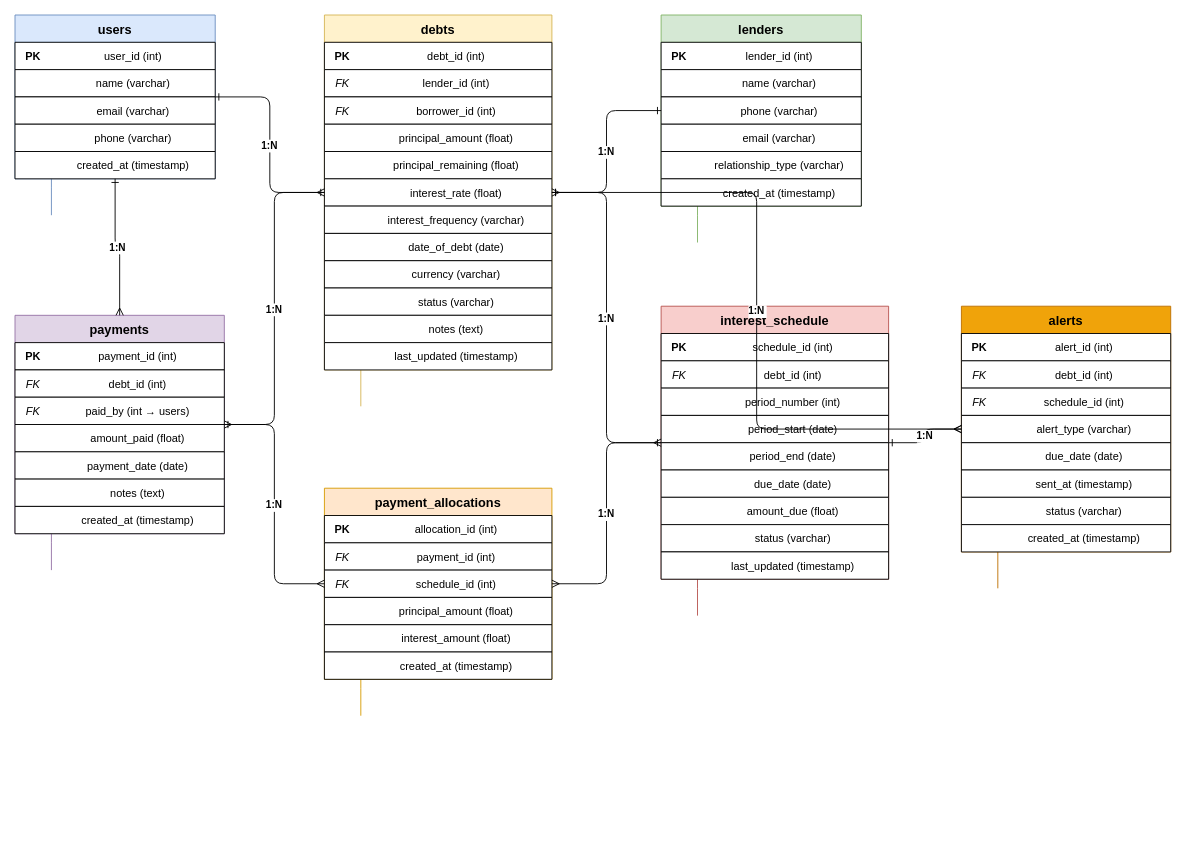
The draw.io diagram page "Page-1" (2 of 2) of ERD/debt_tracker_erd.drawio in swathikonduru27/Debt_project, before the edit. Source tidied: cells renumbered, new cells numbered last; positions are measured from the earlier drawing's top-left corner, leaving out a move shared by most shapes. Both pictures are drawn from the tidied source at 91%, with x=0, y=0 at pixel (15, 15).
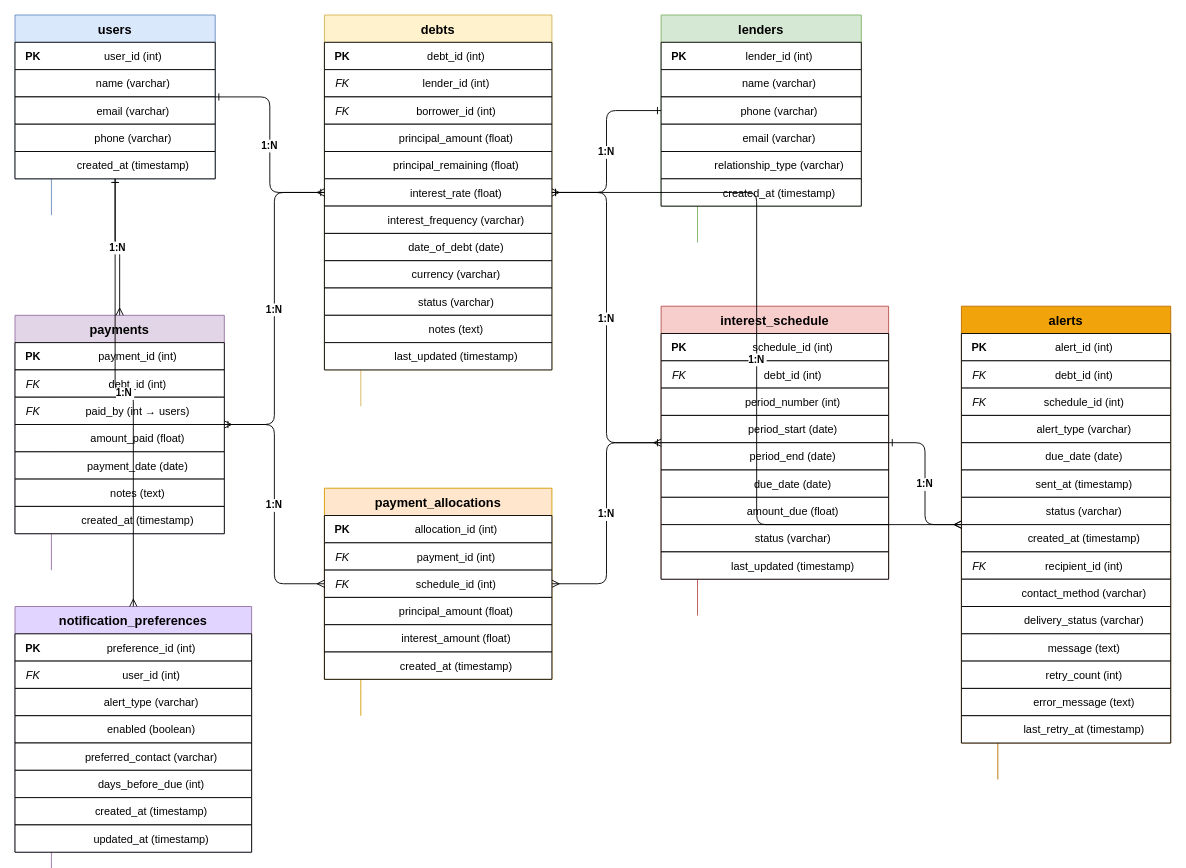
The same page after the edit.

The change refers to these unchanged cells:
```xml
<mxCell id="2" value="users" style="shape=table;startSize=30;childLayout=tableLayout;rowLines=0;fontStyle=1;align=center;fontSize=14;fillColor=#dae8fc;strokeColor=#6c8ebf;" parent="1" vertex="1">
  <mxGeometry width="220" height="180" as="geometry" />
</mxCell>
```

Diff of the diagram source:
```diff
@@
     <mxCell id="143" value="alerts" style="shape=table;startSize=30;childLayout=tableLayout;rowLines=0;fontStyle=1;align=center;fontSize=14;fillColor=#f0a30a;strokeColor=#BD7000;" parent="1" vertex="1">
-      <mxGeometry x="1040" y="320" width="230" height="270" as="geometry" />
+      <mxGeometry x="1040" y="320" width="230" height="480" as="geometry" />
     </mxCell>
@@
+    <mxCell id="177" style="shape=tableRow;top=0;left=0;right=0;bottom=0;" parent="143" vertex="1">
+      <mxGeometry y="270" width="230" height="30" as="geometry" />
+    </mxCell>
+    <mxCell id="178" value="FK" style="shape=partialRectangle;fillColor=none;top=0;left=0;bottom=0;right=0;fontStyle=2;overflow=hidden;" parent="177" vertex="1">
+      <mxGeometry width="40" height="30" as="geometry" />
+    </mxCell>
+    <mxCell id="179" value="recipient_id (int)" style="shape=partialRectangle;fillColor=none;top=0;left=0;bottom=0;right=0;overflow=hidden;" parent="177" vertex="1">
+      <mxGeometry x="40" width="190" height="30" as="geometry" />
+    </mxCell>
+    <mxCell id="180" style="shape=tableRow;top=0;left=0;right=0;bottom=0;" parent="143" vertex="1">
+      <mxGeometry y="300" width="230" height="30" as="geometry" />
+    </mxCell>
+    <mxCell id="181" style="shape=partialRectangle;fillColor=none;top=0;left=0;bottom=0;right=0;overflow=hidden;" parent="180" vertex="1">
+      <mxGeometry width="40" height="30" as="geometry" />
+    </mxCell>
+    <mxCell id="182" value="contact_method (varchar)" style="shape=partialRectangle;fillColor=none;top=0;left=0;bottom=0;right=0;overflow=hidden;" parent="180" vertex="1">
+      <mxGeometry x="40" width="190" height="30" as="geometry" />
+    </mxCell>
+    <mxCell id="183" style="shape=tableRow;top=0;left=0;right=0;bottom=0;" parent="143" vertex="1">
+      <mxGeometry y="330" width="230" height="30" as="geometry" />
+    </mxCell>
+    <mxCell id="184" style="shape=partialRectangle;fillColor=none;top=0;left=0;bottom=0;right=0;overflow=hidden;" parent="183" vertex="1">
+      <mxGeometry width="40" height="30" as="geometry" />
+    </mxCell>
+    <mxCell id="185" value="delivery_status (varchar)" style="shape=partialRectangle;fillColor=none;top=0;left=0;bottom=0;right=0;overflow=hidden;" parent="183" vertex="1">
+      <mxGeometry x="40" width="190" height="30" as="geometry" />
+    </mxCell>
+    <mxCell id="186" style="shape=tableRow;top=0;left=0;right=0;bottom=0;" parent="143" vertex="1">
+      <mxGeometry y="360" width="230" height="30" as="geometry" />
+    </mxCell>
+    <mxCell id="187" style="shape=partialRectangle;fillColor=none;top=0;left=0;bottom=0;right=0;overflow=hidden;" parent="186" vertex="1">
+      <mxGeometry width="40" height="30" as="geometry" />
+    </mxCell>
+    <mxCell id="188" value="message (text)" style="shape=partialRectangle;fillColor=none;top=0;left=0;bottom=0;right=0;overflow=hidden;" parent="186" vertex="1">
+      <mxGeometry x="40" width="190" height="30" as="geometry" />
+    </mxCell>
+    <mxCell id="189" style="shape=tableRow;top=0;left=0;right=0;bottom=0;" parent="143" vertex="1">
+      <mxGeometry y="390" width="230" height="30" as="geometry" />
+    </mxCell>
+    <mxCell id="190" style="shape=partialRectangle;fillColor=none;top=0;left=0;bottom=0;right=0;overflow=hidden;" parent="189" vertex="1">
+      <mxGeometry width="40" height="30" as="geometry" />
+    </mxCell>
+    <mxCell id="191" value="retry_count (int)" style="shape=partialRectangle;fillColor=none;top=0;left=0;bottom=0;right=0;overflow=hidden;" parent="189" vertex="1">
+      <mxGeometry x="40" width="190" height="30" as="geometry" />
+    </mxCell>
+    <mxCell id="192" style="shape=tableRow;top=0;left=0;right=0;bottom=0;" parent="143" vertex="1">
+      <mxGeometry y="420" width="230" height="30" as="geometry" />
+    </mxCell>
+    <mxCell id="193" style="shape=partialRectangle;fillColor=none;top=0;left=0;bottom=0;right=0;overflow=hidden;" parent="192" vertex="1">
+      <mxGeometry width="40" height="30" as="geometry" />
+    </mxCell>
+    <mxCell id="194" value="error_message (text)" style="shape=partialRectangle;fillColor=none;top=0;left=0;bottom=0;right=0;overflow=hidden;" parent="192" vertex="1">
+      <mxGeometry x="40" width="190" height="30" as="geometry" />
+    </mxCell>
+    <mxCell id="195" style="shape=tableRow;top=0;left=0;right=0;bottom=0;" parent="143" vertex="1">
+      <mxGeometry y="450" width="230" height="30" as="geometry" />
+    </mxCell>
+    <mxCell id="196" style="shape=partialRectangle;fillColor=none;top=0;left=0;bottom=0;right=0;overflow=hidden;" parent="195" vertex="1">
+      <mxGeometry width="40" height="30" as="geometry" />
+    </mxCell>
+    <mxCell id="197" value="last_retry_at (timestamp)" style="shape=partialRectangle;fillColor=none;top=0;left=0;bottom=0;right=0;overflow=hidden;" parent="195" vertex="1">
+      <mxGeometry x="40" width="190" height="30" as="geometry" />
+    </mxCell>
+    <mxCell id="198" value="notification_preferences" style="shape=table;startSize=30;childLayout=tableLayout;rowLines=0;fontStyle=1;align=center;fontSize=14;fillColor=#e1d5ff;strokeColor=#9673a6;" parent="1" vertex="1">
+      <mxGeometry y="650" width="260" height="270" as="geometry" />
+    </mxCell>
+    <mxCell id="199" style="shape=tableRow;top=0;left=0;right=0;bottom=1;" parent="198" vertex="1">
+      <mxGeometry y="30" width="260" height="30" as="geometry" />
+    </mxCell>
+    <mxCell id="200" value="PK" style="shape=partialRectangle;fillColor=none;top=0;left=0;bottom=0;right=0;fontStyle=1;overflow=hidden;" parent="199" vertex="1">
+      <mxGeometry width="40" height="30" as="geometry" />
+    </mxCell>
+    <mxCell id="201" value="preference_id (int)" style="shape=partialRectangle;fillColor=none;top=0;left=0;bottom=0;right=0;overflow=hidden;" parent="199" vertex="1">
+      <mxGeometry x="40" width="220" height="30" as="geometry" />
+    </mxCell>
+    <mxCell id="202" style="shape=tableRow;top=0;left=0;right=0;bottom=0;" parent="198" vertex="1">
+      <mxGeometry y="60" width="260" height="30" as="geometry" />
+    </mxCell>
+    <mxCell id="203" value="FK" style="shape=partialRectangle;fillColor=none;top=0;left=0;bottom=0;right=0;fontStyle=2;overflow=hidden;" parent="202" vertex="1">
+      <mxGeometry width="40" height="30" as="geometry" />
+    </mxCell>
+    <mxCell id="204" value="user_id (int)" style="shape=partialRectangle;fillColor=none;top=0;left=0;bottom=0;right=0;overflow=hidden;" parent="202" vertex="1">
+      <mxGeometry x="40" width="220" height="30" as="geometry" />
+    </mxCell>
+    <mxCell id="205" style="shape=tableRow;top=0;left=0;right=0;bottom=0;" parent="198" vertex="1">
+      <mxGeometry y="90" width="260" height="30" as="geometry" />
+    </mxCell>
+    <mxCell id="206" style="shape=partialRectangle;fillColor=none;top=0;left=0;bottom=0;right=0;overflow=hidden;" parent="205" vertex="1">
+      <mxGeometry width="40" height="30" as="geometry" />
+    </mxCell>
+    <mxCell id="207" value="alert_type (varchar)" style="shape=partialRectangle;fillColor=none;top=0;left=0;bottom=0;right=0;overflow=hidden;" parent="205" vertex="1">
+      <mxGeometry x="40" width="220" height="30" as="geometry" />
+    </mxCell>
+    <mxCell id="208" style="shape=tableRow;top=0;left=0;right=0;bottom=0;" parent="198" vertex="1">
+      <mxGeometry y="120" width="260" height="30" as="geometry" />
+    </mxCell>
+    <mxCell id="209" style="shape=partialRectangle;fillColor=none;top=0;left=0;bottom=0;right=0;overflow=hidden;" parent="208" vertex="1">
+      <mxGeometry width="40" height="30" as="geometry" />
+    </mxCell>
+    <mxCell id="210" value="enabled (boolean)" style="shape=partialRectangle;fillColor=none;top=0;left=0;bottom=0;right=0;overflow=hidden;" parent="208" vertex="1">
+      <mxGeometry x="40" width="220" height="30" as="geometry" />
+    </mxCell>
+    <mxCell id="211" style="shape=tableRow;top=0;left=0;right=0;bottom=0;" parent="198" vertex="1">
+      <mxGeometry y="150" width="260" height="30" as="geometry" />
+    </mxCell>
+    <mxCell id="212" style="shape=partialRectangle;fillColor=none;top=0;left=0;bottom=0;right=0;overflow=hidden;" parent="211" vertex="1">
+      <mxGeometry width="40" height="30" as="geometry" />
+    </mxCell>
+    <mxCell id="213" value="preferred_contact (varchar)" style="shape=partialRectangle;fillColor=none;top=0;left=0;bottom=0;right=0;overflow=hidden;" parent="211" vertex="1">
+      <mxGeometry x="40" width="220" height="30" as="geometry" />
+    </mxCell>
+    <mxCell id="214" style="shape=tableRow;top=0;left=0;right=0;bottom=0;" parent="198" vertex="1">
+      <mxGeometry y="180" width="260" height="30" as="geometry" />
+    </mxCell>
+    <mxCell id="215" style="shape=partialRectangle;fillColor=none;top=0;left=0;bottom=0;right=0;overflow=hidden;" parent="214" vertex="1">
+      <mxGeometry width="40" height="30" as="geometry" />
+    </mxCell>
+    <mxCell id="216" value="days_before_due (int)" style="shape=partialRectangle;fillColor=none;top=0;left=0;bottom=0;right=0;overflow=hidden;" parent="214" vertex="1">
+      <mxGeometry x="40" width="220" height="30" as="geometry" />
+    </mxCell>
+    <mxCell id="217" style="shape=tableRow;top=0;left=0;right=0;bottom=0;" parent="198" vertex="1">
+      <mxGeometry y="210" width="260" height="30" as="geometry" />
+    </mxCell>
+    <mxCell id="218" style="shape=partialRectangle;fillColor=none;top=0;left=0;bottom=0;right=0;overflow=hidden;" parent="217" vertex="1">
+      <mxGeometry width="40" height="30" as="geometry" />
+    </mxCell>
+    <mxCell id="219" value="created_at (timestamp)" style="shape=partialRectangle;fillColor=none;top=0;left=0;bottom=0;right=0;overflow=hidden;" parent="217" vertex="1">
+      <mxGeometry x="40" width="220" height="30" as="geometry" />
+    </mxCell>
+    <mxCell id="220" style="shape=tableRow;top=0;left=0;right=0;bottom=0;" parent="198" vertex="1">
+      <mxGeometry y="240" width="260" height="30" as="geometry" />
+    </mxCell>
+    <mxCell id="221" style="shape=partialRectangle;fillColor=none;top=0;left=0;bottom=0;right=0;overflow=hidden;" parent="220" vertex="1">
+      <mxGeometry width="40" height="30" as="geometry" />
+    </mxCell>
+    <mxCell id="222" value="updated_at (timestamp)" style="shape=partialRectangle;fillColor=none;top=0;left=0;bottom=0;right=0;overflow=hidden;" parent="220" vertex="1">
+      <mxGeometry x="40" width="220" height="30" as="geometry" />
+    </mxCell>
+    <mxCell id="223" value="1:N" style="edgeStyle=orthogonalEdgeStyle;endArrow=ERmany;startArrow=ERone;fontSize=11;fontStyle=1;" parent="1" edge="1" source="2" target="198">
+      <mxGeometry relative="1" as="geometry" />
+    </mxCell>
```
